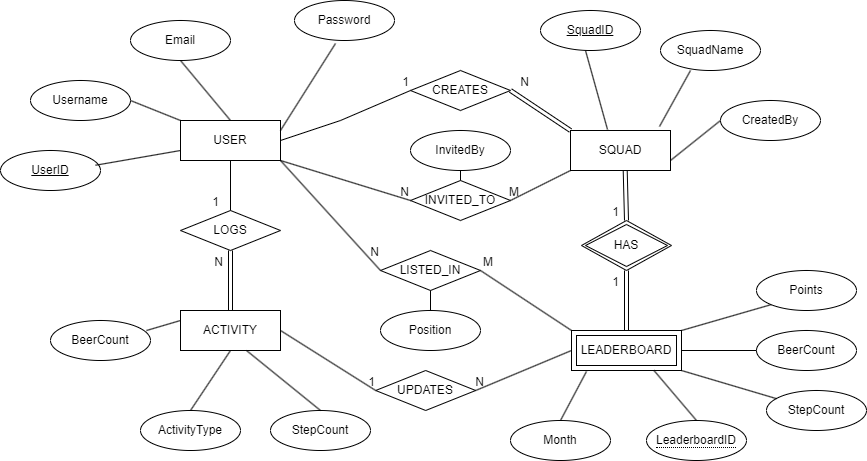
Above: images/er_diagram.png in johannesborg03/BeerStep (draw.io), before the change. Source tidied: cells renumbered, new cells last; positions are measured from the earlier drawing's top-left corner, leaving out a move shared by most shapes.
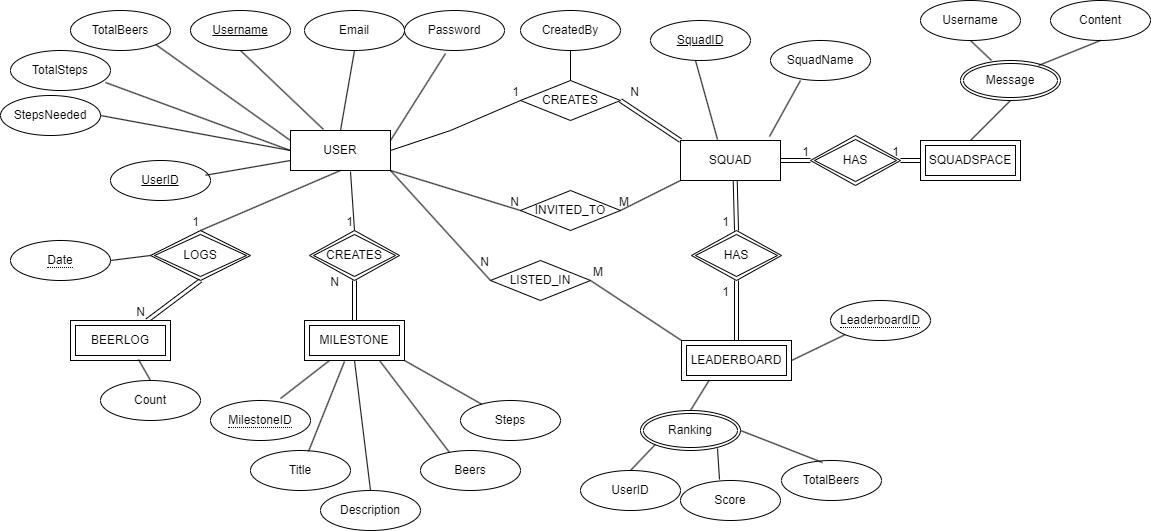
The same diagram one commit later.

Change to the diagram source:
```diff
@@ -8,17 +8,11 @@
     <mxCell id="3" value="USER" style="whiteSpace=wrap;html=1;align=center;" parent="1" vertex="1">
       <mxGeometry x="180" y="120" width="100" height="40" as="geometry" />
     </mxCell>
-    <mxCell id="4" value="ACTIVITY" style="whiteSpace=wrap;html=1;align=center;" parent="1" vertex="1">
-      <mxGeometry x="180" y="310" width="100" height="40" as="geometry" />
-    </mxCell>
     <mxCell id="5" value="UserID" style="ellipse;whiteSpace=wrap;html=1;align=center;fontStyle=4;" parent="1" vertex="1">
       <mxGeometry y="150" width="100" height="40" as="geometry" />
     </mxCell>
-    <mxCell id="6" value="Username" style="ellipse;whiteSpace=wrap;html=1;align=center;" parent="1" vertex="1">
-      <mxGeometry x="30" y="80" width="100" height="40" as="geometry" />
-    </mxCell>
     <mxCell id="7" value="Email" style="ellipse;whiteSpace=wrap;html=1;align=center;" parent="1" vertex="1">
-      <mxGeometry x="130" y="20" width="100" height="40" as="geometry" />
+      <mxGeometry x="194" width="100" height="40" as="geometry" />
     </mxCell>
     <mxCell id="8" value="Password" style="ellipse;whiteSpace=wrap;html=1;align=center;" parent="1" vertex="1">
       <mxGeometry x="294" width="100" height="40" as="geometry" />
@@ -30,41 +24,20 @@
       <mxGeometry x="540" y="10" width="100" height="40" as="geometry" />
     </mxCell>
     <mxCell id="11" value="CreatedBy" style="ellipse;whiteSpace=wrap;html=1;align=center;" parent="1" vertex="1">
-      <mxGeometry x="720" y="100" width="100" height="40" as="geometry" />
+      <mxGeometry x="410" width="100" height="40" as="geometry" />
     </mxCell>
     <mxCell id="12" value="LEADERBOARD" style="shape=ext;margin=3;double=1;whiteSpace=wrap;html=1;align=center;" parent="1" vertex="1">
       <mxGeometry x="571" y="330" width="110" height="40" as="geometry" />
     </mxCell>
     <mxCell id="13" value="&lt;span style=&quot;border-bottom: 1px dotted&quot;&gt;LeaderboardID&lt;/span&gt;" style="ellipse;whiteSpace=wrap;html=1;align=center;" parent="1" vertex="1">
-      <mxGeometry x="646" y="420" width="100" height="40" as="geometry" />
+      <mxGeometry x="720" y="290" width="100" height="40" as="geometry" />
     </mxCell>
-    <mxCell id="14" value="StepCount" style="ellipse;whiteSpace=wrap;html=1;align=center;" parent="1" vertex="1">
-      <mxGeometry x="766" y="390" width="100" height="40" as="geometry" />
-    </mxCell>
-    <mxCell id="15" value="BeerCount" style="ellipse;whiteSpace=wrap;html=1;align=center;" parent="1" vertex="1">
-      <mxGeometry x="756" y="330" width="100" height="40" as="geometry" />
-    </mxCell>
-    <mxCell id="16" value="Points" style="ellipse;whiteSpace=wrap;html=1;align=center;" parent="1" vertex="1">
-      <mxGeometry x="756" y="270" width="100" height="40" as="geometry" />
-    </mxCell>
-    <mxCell id="17" value="Month" style="ellipse;whiteSpace=wrap;html=1;align=center;" parent="1" vertex="1">
-      <mxGeometry x="510" y="420" width="100" height="40" as="geometry" />
-    </mxCell>
-    <mxCell id="18" value="ActivityType" style="ellipse;whiteSpace=wrap;html=1;align=center;" parent="1" vertex="1">
-      <mxGeometry x="140" y="410" width="100" height="40" as="geometry" />
-    </mxCell>
-    <mxCell id="19" value="BeerCount" style="ellipse;whiteSpace=wrap;html=1;align=center;" parent="1" vertex="1">
-      <mxGeometry x="50" y="320" width="100" height="40" as="geometry" />
-    </mxCell>
-    <mxCell id="20" value="StepCount" style="ellipse;whiteSpace=wrap;html=1;align=center;" parent="1" vertex="1">
-      <mxGeometry x="270" y="410" width="100" height="40" as="geometry" />
-    </mxCell>
     <mxCell id="21" style="endArrow=none;html=1;rounded=0;entryX=0;entryY=0.75;entryDx=0;entryDy=0;" parent="1" edge="1" target="3">
       <mxGeometry relative="1" as="geometry">
         <mxPoint x="95" y="164.8" as="sourcePoint" />
       </mxGeometry>
     </mxCell>
-    <mxCell id="22" style="endArrow=none;html=1;rounded=0;entryX=0;entryY=0;entryDx=0;entryDy=0;exitX=1;exitY=0.5;exitDx=0;exitDy=0;" parent="1" edge="1" source="6" target="3">
+    <mxCell id="22" style="endArrow=none;html=1;rounded=0;entryX=0.33;entryY=-0.025;entryDx=0;entryDy=0;exitX=0.5;exitY=1;exitDx=0;exitDy=0;entryPerimeter=0;" parent="1" edge="1" source="76" target="3">
       <mxGeometry relative="1" as="geometry" />
     </mxCell>
     <mxCell id="23" style="endArrow=none;html=1;rounded=0;entryX=0.5;entryY=0;entryDx=0;entryDy=0;exitX=0.5;exitY=1;exitDx=0;exitDy=0;" parent="1" edge="1" source="7" target="3">
@@ -89,41 +62,12 @@
         <mxPoint x="690" y="70" as="targetPoint" />
       </mxGeometry>
     </mxCell>
-    <mxCell id="29" style="endArrow=none;html=1;rounded=0;entryX=1;entryY=0.75;entryDx=0;entryDy=0;exitX=0.5;exitY=1;exitDx=0;exitDy=0;" parent="1" edge="1" target="2">
-      <mxGeometry relative="1" as="geometry">
-        <mxPoint x="720" y="120" as="sourcePoint" />
-      </mxGeometry>
+    <mxCell id="29" style="endArrow=none;html=1;rounded=0;entryX=0.5;entryY=0;entryDx=0;entryDy=0;exitX=0.5;exitY=1;exitDx=0;exitDy=0;" parent="1" edge="1" source="11" target="25">
+      <mxGeometry relative="1" as="geometry" />
     </mxCell>
-    <mxCell id="30" style="endArrow=none;html=1;rounded=0;entryX=0;entryY=1;entryDx=0;entryDy=0;exitX=1;exitY=0;exitDx=0;exitDy=0;" parent="1" edge="1" source="12" target="16">
-      <mxGeometry relative="1" as="geometry" />
-    </mxCell>
-    <mxCell id="31" style="endArrow=none;html=1;rounded=0;exitX=1;exitY=0.5;exitDx=0;exitDy=0;" parent="1" edge="1" source="12" target="15">
-      <mxGeometry relative="1" as="geometry" />
-    </mxCell>
-    <mxCell id="32" style="endArrow=none;html=1;rounded=0;exitX=1;exitY=1;exitDx=0;exitDy=0;" parent="1" edge="1" source="12" target="14">
-      <mxGeometry relative="1" as="geometry" />
-    </mxCell>
-    <mxCell id="33" style="endArrow=none;html=1;rounded=0;entryX=0.5;entryY=0;entryDx=0;entryDy=0;exitX=0.75;exitY=1;exitDx=0;exitDy=0;" parent="1" edge="1" source="12" target="13">
+    <mxCell id="33" style="endArrow=none;html=1;rounded=0;entryX=0;entryY=1;entryDx=0;entryDy=0;exitX=1;exitY=0.5;exitDx=0;exitDy=0;" parent="1" edge="1" source="12" target="13">
       <mxGeometry relative="1" as="geometry" />
     </mxCell>
-    <mxCell id="34" style="endArrow=none;html=1;rounded=0;entryX=0.136;entryY=1.025;entryDx=0;entryDy=0;entryPerimeter=0;exitX=0.5;exitY=0;exitDx=0;exitDy=0;" parent="1" edge="1" source="17" target="12">
-      <mxGeometry relative="1" as="geometry" />
-    </mxCell>
-    <mxCell id="35" style="endArrow=none;html=1;rounded=0;exitX=0.5;exitY=0;exitDx=0;exitDy=0;entryX=0.5;entryY=1;entryDx=0;entryDy=0;" parent="1" edge="1" source="18" target="4">
-      <mxGeometry relative="1" as="geometry" />
-    </mxCell>
-    <mxCell id="36" style="endArrow=none;html=1;rounded=0;entryX=0;entryY=0.25;entryDx=0;entryDy=0;exitX=0.96;exitY=0.25;exitDx=0;exitDy=0;exitPerimeter=0;" parent="1" edge="1" source="19" target="4">
-      <mxGeometry relative="1" as="geometry" />
-    </mxCell>
-    <mxCell id="37" style="endArrow=none;html=1;rounded=0;entryX=0.66;entryY=1;entryDx=0;entryDy=0;entryPerimeter=0;exitX=0.5;exitY=0;exitDx=0;exitDy=0;" parent="1" edge="1" source="20" target="4">
-      <mxGeometry relative="1" as="geometry" />
-    </mxCell>
-    <mxCell id="38" value="LOGS" style="shape=rhombus;perimeter=rhombusPerimeter;whiteSpace=wrap;html=1;align=center;" parent="1" vertex="1">
-      <mxGeometry x="180" y="210" width="100" height="40" as="geometry" />
-    </mxCell>
-    <mxCell id="39" value="UPDATES" style="shape=rhombus;perimeter=rhombusPerimeter;whiteSpace=wrap;html=1;align=center;" parent="1" vertex="1">
-      <mxGeometry x="375.2" y="370" width="100" height="40" as="geometry" />
-    </mxCell>
     <mxCell id="40" value="LISTED_IN" style="shape=rhombus;perimeter=rhombusPerimeter;whiteSpace=wrap;html=1;align=center;" parent="1" vertex="1">
       <mxGeometry x="380" y="250" width="100" height="40" as="geometry" />
     </mxCell>
@@ -191,50 +135,169 @@
         <mxPoint x="14" as="offset" />
       </mxGeometry>
     </mxCell>
-    <mxCell id="57" style="endArrow=none;html=1;rounded=0;entryX=0;entryY=0.5;entryDx=0;entryDy=0;exitX=1;exitY=0.5;exitDx=0;exitDy=0;" parent="1" edge="1" source="4" target="39">
-      <mxGeometry relative="1" as="geometry" />
-    </mxCell>
-    <mxCell id="58" value="1" style="html=1;whiteSpace=wrap;align=right;verticalAlign=bottom;" parent="57" vertex="1">
-      <mxGeometry x="1" relative="1" as="geometry" />
-    </mxCell>
-    <mxCell id="59" style="endArrow=none;html=1;rounded=0;entryX=1;entryY=0.5;entryDx=0;entryDy=0;exitX=0;exitY=0.5;exitDx=0;exitDy=0;" parent="1" edge="1" source="12" target="39">
-      <mxGeometry relative="1" as="geometry" />
-    </mxCell>
-    <mxCell id="60" value="N" style="html=1;whiteSpace=wrap;align=right;verticalAlign=bottom;" parent="59" vertex="1">
-      <mxGeometry x="1" relative="1" as="geometry">
-        <mxPoint x="10" as="offset" />
-      </mxGeometry>
-    </mxCell>
+    <mxCell id="69" value="HAS" style="shape=rhombus;double=1;perimeter=rhombusPerimeter;whiteSpace=wrap;html=1;align=center;" parent="1" vertex="1">
+      <mxGeometry x="581" y="220" width="90" height="50" as="geometry" />
+    </mxCell>
+    <mxCell id="70" value="Ranking" style="ellipse;shape=doubleEllipse;margin=3;whiteSpace=wrap;html=1;align=center;" parent="1" vertex="1">
+      <mxGeometry x="530" y="400" width="100" height="40" as="geometry" />
+    </mxCell>
+    <mxCell id="71" style="endArrow=none;html=1;rounded=0;entryX=0.25;entryY=1;entryDx=0;entryDy=0;exitX=0.5;exitY=0;exitDx=0;exitDy=0;" parent="1" edge="1" source="70" target="12">
+      <mxGeometry relative="1" as="geometry" />
+    </mxCell>
+    <mxCell id="72" value="UserID" style="ellipse;whiteSpace=wrap;html=1;align=center;" parent="1" vertex="1">
+      <mxGeometry x="470" y="460" width="100" height="40" as="geometry" />
+    </mxCell>
+    <mxCell id="73" value="Score" style="ellipse;whiteSpace=wrap;html=1;align=center;" parent="1" vertex="1">
+      <mxGeometry x="570" y="470" width="100" height="40" as="geometry" />
+    </mxCell>
+    <mxCell id="74" style="endArrow=none;html=1;rounded=0;entryX=0;entryY=1;entryDx=0;entryDy=0;exitX=0.5;exitY=0;exitDx=0;exitDy=0;" parent="1" edge="1" source="72" target="70">
+      <mxGeometry relative="1" as="geometry" />
+    </mxCell>
+    <mxCell id="75" style="endArrow=none;html=1;rounded=0;entryX=0.77;entryY=0.95;entryDx=0;entryDy=0;entryPerimeter=0;exitX=0.39;exitY=-0.025;exitDx=0;exitDy=0;exitPerimeter=0;" parent="1" edge="1" source="73" target="70">
+      <mxGeometry relative="1" as="geometry" />
+    </mxCell>
+    <mxCell id="76" value="Username" style="ellipse;whiteSpace=wrap;html=1;align=center;fontStyle=4;" parent="1" vertex="1">
+      <mxGeometry x="80" width="100" height="40" as="geometry" />
+    </mxCell>
+    <mxCell id="77" value="SQUADSPACE" style="shape=ext;margin=3;double=1;whiteSpace=wrap;html=1;align=center;" parent="1" vertex="1">
+      <mxGeometry x="810" y="130" width="100" height="40" as="geometry" />
+    </mxCell>
+    <mxCell id="78" value="Message" style="ellipse;shape=doubleEllipse;margin=3;whiteSpace=wrap;html=1;align=center;" parent="1" vertex="1">
+      <mxGeometry x="850" y="50" width="100" height="40" as="geometry" />
+    </mxCell>
+    <mxCell id="79" style="endArrow=none;html=1;rounded=0;entryX=0.5;entryY=1;entryDx=0;entryDy=0;exitX=0.5;exitY=0;exitDx=0;exitDy=0;" parent="1" edge="1" source="77" target="78">
+      <mxGeometry relative="1" as="geometry" />
+    </mxCell>
+    <mxCell id="6" value="Username" style="ellipse;whiteSpace=wrap;html=1;align=center;" parent="1" vertex="1">
+      <mxGeometry x="810" y="-10" width="100" height="40" as="geometry" />
+    </mxCell>
+    <mxCell id="80" value="Content" style="ellipse;whiteSpace=wrap;html=1;align=center;" parent="1" vertex="1">
+      <mxGeometry x="940" y="-10" width="100" height="40" as="geometry" />
+    </mxCell>
+    <mxCell id="81" style="endArrow=none;html=1;rounded=0;entryX=0.5;entryY=1;entryDx=0;entryDy=0;exitX=0.31;exitY=0;exitDx=0;exitDy=0;exitPerimeter=0;" parent="1" edge="1" source="78" target="6">
+      <mxGeometry relative="1" as="geometry" />
+    </mxCell>
+    <mxCell id="82" style="endArrow=none;html=1;rounded=0;entryX=0.5;entryY=1;entryDx=0;entryDy=0;exitX=0.78;exitY=0.125;exitDx=0;exitDy=0;exitPerimeter=0;" parent="1" edge="1" source="78" target="80">
+      <mxGeometry relative="1" as="geometry" />
+    </mxCell>
+    <mxCell id="83" value="HAS" style="shape=rhombus;double=1;perimeter=rhombusPerimeter;whiteSpace=wrap;html=1;align=center;" parent="1" vertex="1">
+      <mxGeometry x="700" y="125" width="90" height="50" as="geometry" />
+    </mxCell>
+    <mxCell id="84" style="shape=link;html=1;rounded=0;entryX=0;entryY=0.5;entryDx=0;entryDy=0;exitX=1;exitY=0.5;exitDx=0;exitDy=0;" parent="1" edge="1" source="2" target="83">
+      <mxGeometry relative="1" as="geometry" />
+    </mxCell>
+    <mxCell id="85" value="1" style="html=1;whiteSpace=wrap;align=right;verticalAlign=bottom;" parent="84" vertex="1">
+      <mxGeometry x="1" relative="1" as="geometry" />
+    </mxCell>
+    <mxCell id="86" style="shape=link;html=1;rounded=0;exitX=0;exitY=0.5;exitDx=0;exitDy=0;entryX=1;entryY=0.5;entryDx=0;entryDy=0;" parent="1" edge="1" source="77" target="83">
+      <mxGeometry relative="1" as="geometry" />
+    </mxCell>
+    <mxCell id="87" value="1" style="html=1;whiteSpace=wrap;align=right;verticalAlign=bottom;" parent="86" vertex="1">
+      <mxGeometry x="1" relative="1" as="geometry" />
+    </mxCell>
+    <mxCell id="88" value="TotalBeers" style="ellipse;whiteSpace=wrap;html=1;align=center;" parent="1" vertex="1">
+      <mxGeometry x="-40" width="100" height="40" as="geometry" />
+    </mxCell>
+    <mxCell id="89" value="TotalSteps" style="ellipse;whiteSpace=wrap;html=1;align=center;" parent="1" vertex="1">
+      <mxGeometry x="-100" y="40" width="100" height="40" as="geometry" />
+    </mxCell>
+    <mxCell id="90" value="StepsNeeded" style="ellipse;whiteSpace=wrap;html=1;align=center;" parent="1" vertex="1">
+      <mxGeometry x="-110" y="85" width="100" height="40" as="geometry" />
+    </mxCell>
+    <mxCell id="91" style="endArrow=none;html=1;rounded=0;exitX=1;exitY=1;exitDx=0;exitDy=0;entryX=0;entryY=0.25;entryDx=0;entryDy=0;" parent="1" edge="1" source="88" target="3">
+      <mxGeometry relative="1" as="geometry" />
+    </mxCell>
+    <mxCell id="92" style="endArrow=none;html=1;rounded=0;exitX=0.95;exitY=0.8;exitDx=0;exitDy=0;exitPerimeter=0;entryX=0;entryY=0.5;entryDx=0;entryDy=0;" parent="1" edge="1" source="89" target="3">
+      <mxGeometry relative="1" as="geometry" />
+    </mxCell>
+    <mxCell id="93" style="endArrow=none;html=1;rounded=0;exitX=1;exitY=0.5;exitDx=0;exitDy=0;entryX=0;entryY=0.5;entryDx=0;entryDy=0;" parent="1" edge="1" source="90" target="3">
+      <mxGeometry relative="1" as="geometry" />
+    </mxCell>
+    <mxCell id="38" value="LOGS" style="shape=rhombus;double=1;perimeter=rhombusPerimeter;whiteSpace=wrap;html=1;align=center;" parent="1" vertex="1">
+      <mxGeometry x="40" y="220" width="100" height="50" as="geometry" />
+    </mxCell>
     <mxCell id="61" style="endArrow=none;html=1;rounded=0;entryX=0.5;entryY=0;entryDx=0;entryDy=0;exitX=0.5;exitY=1;exitDx=0;exitDy=0;" parent="1" edge="1" source="3" target="38">
       <mxGeometry relative="1" as="geometry" />
     </mxCell>
-    <mxCell id="62" value="1" style="html=1;whiteSpace=wrap;align=right;verticalAlign=bottom;" parent="61" vertex="1">
-      <mxGeometry x="1" relative="1" as="geometry">
-        <mxPoint x="-10" as="offset" />
-      </mxGeometry>
-    </mxCell>
-    <mxCell id="63" style="shape=link;html=1;rounded=0;exitX=0.5;exitY=0;exitDx=0;exitDy=0;entryX=0.5;entryY=1;entryDx=0;entryDy=0;" parent="1" edge="1" source="4" target="38">
-      <mxGeometry relative="1" as="geometry" />
-    </mxCell>
-    <mxCell id="64" value="N" style="html=1;whiteSpace=wrap;align=right;verticalAlign=bottom;" parent="63" vertex="1">
-      <mxGeometry x="1" relative="1" as="geometry">
-        <mxPoint x="-6" y="20" as="offset" />
-      </mxGeometry>
-    </mxCell>
-    <mxCell id="65" value="InvitedBy" style="ellipse;whiteSpace=wrap;html=1;align=center;" parent="1" vertex="1">
-      <mxGeometry x="410" y="130" width="100" height="40" as="geometry" />
-    </mxCell>
-    <mxCell id="66" style="endArrow=none;html=1;rounded=0;exitX=0.5;exitY=1;exitDx=0;exitDy=0;entryX=0.5;entryY=0;entryDx=0;entryDy=0;" parent="1" edge="1" source="65" target="26">
-      <mxGeometry relative="1" as="geometry" />
-    </mxCell>
-    <mxCell id="67" value="Position" style="ellipse;whiteSpace=wrap;html=1;align=center;" parent="1" vertex="1">
-      <mxGeometry x="380" y="310" width="100" height="40" as="geometry" />
-    </mxCell>
-    <mxCell id="68" style="endArrow=none;html=1;rounded=0;entryX=0.5;entryY=1;entryDx=0;entryDy=0;exitX=0.5;exitY=0;exitDx=0;exitDy=0;" parent="1" edge="1" source="67" target="40">
-      <mxGeometry relative="1" as="geometry" />
-    </mxCell>
-    <mxCell id="69" value="HAS" style="shape=rhombus;double=1;perimeter=rhombusPerimeter;whiteSpace=wrap;html=1;align=center;" parent="1" vertex="1">
-      <mxGeometry x="581" y="220" width="90" height="50" as="geometry" />
-    </mxCell>
+    <mxCell id="94" value="1" style="html=1;whiteSpace=wrap;align=right;verticalAlign=bottom;" parent="61" vertex="1">
+      <mxGeometry x="1" relative="1" as="geometry" />
+    </mxCell>
+    <mxCell id="95" style="shape=link;html=1;rounded=0;exitX=0.5;exitY=1;exitDx=0;exitDy=0;" parent="1" edge="1" source="38" target="97">
+      <mxGeometry relative="1" as="geometry" />
+    </mxCell>
+    <mxCell id="96" value="N" style="html=1;whiteSpace=wrap;align=right;verticalAlign=bottom;" parent="95" vertex="1">
+      <mxGeometry x="1" relative="1" as="geometry" />
+    </mxCell>
+    <mxCell id="97" value="BEERLOG" style="shape=ext;margin=3;double=1;whiteSpace=wrap;html=1;align=center;" parent="1" vertex="1">
+      <mxGeometry x="-40" y="310" width="100" height="40" as="geometry" />
+    </mxCell>
+    <mxCell id="98" value="Count" style="ellipse;whiteSpace=wrap;html=1;align=center;" parent="1" vertex="1">
+      <mxGeometry x="-10" y="370" width="100" height="40" as="geometry" />
+    </mxCell>
+    <mxCell id="99" style="endArrow=none;html=1;rounded=0;exitX=0.68;exitY=0.975;exitDx=0;exitDy=0;exitPerimeter=0;entryX=0.5;entryY=0;entryDx=0;entryDy=0;" parent="1" edge="1" source="97" target="98">
+      <mxGeometry relative="1" as="geometry" />
+    </mxCell>
+    <mxCell id="100" value="MILESTONE" style="shape=ext;margin=3;double=1;whiteSpace=wrap;html=1;align=center;" parent="1" vertex="1">
+      <mxGeometry x="194" y="310" width="100" height="40" as="geometry" />
+    </mxCell>
+    <mxCell id="101" value="CREATES" style="shape=rhombus;double=1;perimeter=rhombusPerimeter;whiteSpace=wrap;html=1;align=center;" parent="1" vertex="1">
+      <mxGeometry x="199" y="220" width="90" height="50" as="geometry" />
+    </mxCell>
+    <mxCell id="102" style="endArrow=none;html=1;rounded=0;exitX=0.6;exitY=1.025;exitDx=0;exitDy=0;exitPerimeter=0;entryX=0.5;entryY=0;entryDx=0;entryDy=0;" parent="1" edge="1" source="3" target="101">
+      <mxGeometry relative="1" as="geometry" />
+    </mxCell>
+    <mxCell id="103" value="1" style="html=1;whiteSpace=wrap;align=right;verticalAlign=bottom;" parent="102" vertex="1">
+      <mxGeometry x="1" relative="1" as="geometry" />
+    </mxCell>
+    <mxCell id="104" style="shape=link;html=1;rounded=0;exitX=0.5;exitY=0;exitDx=0;exitDy=0;entryX=0.5;entryY=1;entryDx=0;entryDy=0;" parent="1" edge="1" source="100" target="101">
+      <mxGeometry relative="1" as="geometry" />
+    </mxCell>
+    <mxCell id="105" value="N" style="html=1;whiteSpace=wrap;align=right;verticalAlign=bottom;" parent="104" vertex="1">
+      <mxGeometry x="1" relative="1" as="geometry">
+        <mxPoint x="-14" y="10" as="offset" />
+      </mxGeometry>
+    </mxCell>
+    <mxCell id="106" value="&lt;span style=&quot;border-bottom: 1px dotted&quot;&gt;MilestoneID&lt;/span&gt;" style="ellipse;whiteSpace=wrap;html=1;align=center;" parent="1" vertex="1">
+      <mxGeometry x="100" y="390" width="100" height="40" as="geometry" />
+    </mxCell>
+    <mxCell id="107" value="Title" style="ellipse;whiteSpace=wrap;html=1;align=center;" parent="1" vertex="1">
+      <mxGeometry x="140" y="440" width="100" height="40" as="geometry" />
+    </mxCell>
+    <mxCell id="108" value="Description" style="ellipse;whiteSpace=wrap;html=1;align=center;" parent="1" vertex="1">
+      <mxGeometry x="210" y="480" width="100" height="40" as="geometry" />
+    </mxCell>
+    <mxCell id="109" value="Beers" style="ellipse;whiteSpace=wrap;html=1;align=center;" parent="1" vertex="1">
+      <mxGeometry x="310" y="440" width="100" height="40" as="geometry" />
+    </mxCell>
+    <mxCell id="110" value="Steps" style="ellipse;whiteSpace=wrap;html=1;align=center;" parent="1" vertex="1">
+      <mxGeometry x="350" y="390" width="100" height="40" as="geometry" />
+    </mxCell>
+    <mxCell id="111" style="endArrow=none;html=1;rounded=0;exitX=0.25;exitY=1;exitDx=0;exitDy=0;entryX=0.7;entryY=-0.05;entryDx=0;entryDy=0;entryPerimeter=0;" parent="1" edge="1" source="100" target="106">
+      <mxGeometry relative="1" as="geometry" />
+    </mxCell>
+    <mxCell id="112" style="endArrow=none;html=1;rounded=0;exitX=0.4;exitY=1.025;exitDx=0;exitDy=0;exitPerimeter=0;entryX=0.58;entryY=0.025;entryDx=0;entryDy=0;entryPerimeter=0;" parent="1" edge="1" source="100" target="107">
+      <mxGeometry relative="1" as="geometry" />
+    </mxCell>
+    <mxCell id="113" style="endArrow=none;html=1;rounded=0;exitX=0.5;exitY=1;exitDx=0;exitDy=0;entryX=0.5;entryY=0;entryDx=0;entryDy=0;" parent="1" edge="1" source="100" target="108">
+      <mxGeometry relative="1" as="geometry" />
+    </mxCell>
+    <mxCell id="114" style="endArrow=none;html=1;rounded=0;exitX=0.75;exitY=1;exitDx=0;exitDy=0;entryX=0.29;entryY=0.05;entryDx=0;entryDy=0;entryPerimeter=0;" parent="1" edge="1" source="100" target="109">
+      <mxGeometry relative="1" as="geometry" />
+    </mxCell>
+    <mxCell id="115" style="endArrow=none;html=1;rounded=0;exitX=1;exitY=1;exitDx=0;exitDy=0;" parent="1" edge="1" source="100" target="110">
+      <mxGeometry relative="1" as="geometry" />
+    </mxCell>
+    <mxCell id="116" value="&lt;span style=&quot;border-bottom: 1px dotted&quot;&gt;Date&lt;/span&gt;" style="ellipse;whiteSpace=wrap;html=1;align=center;" parent="1" vertex="1">
+      <mxGeometry x="-100" y="230" width="100" height="40" as="geometry" />
+    </mxCell>
+    <mxCell id="117" style="endArrow=none;html=1;rounded=0;exitX=1;exitY=0.5;exitDx=0;exitDy=0;entryX=0;entryY=0.5;entryDx=0;entryDy=0;" parent="1" edge="1" source="116" target="38">
+      <mxGeometry relative="1" as="geometry" />
+    </mxCell>
+    <mxCell id="118" value="TotalBeers" style="ellipse;whiteSpace=wrap;html=1;align=center;" parent="1" vertex="1">
+      <mxGeometry x="671" y="450" width="100" height="40" as="geometry" />
+    </mxCell>
+    <mxCell id="119" style="endArrow=none;html=1;rounded=0;entryX=0.41;entryY=0.05;entryDx=0;entryDy=0;entryPerimeter=0;exitX=1;exitY=0.5;exitDx=0;exitDy=0;" parent="1" edge="1" source="70" target="118">
+      <mxGeometry relative="1" as="geometry" />
+    </mxCell>
   </root>
 </mxGraphModel>
```
